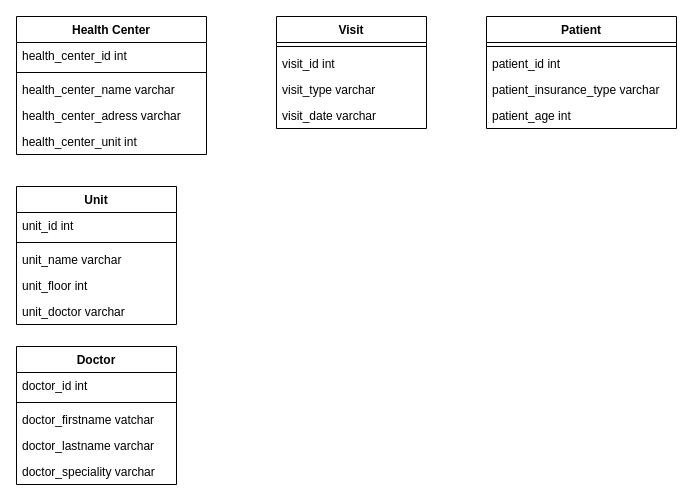
Queeen520/DATABASE_PLANNING keeps this draw.io diagram as page "Page-3" (3 of 4) of Health_Center.drawio. Above is the earlier version. Source tidied: cells renumbered, new cells numbered last; positions are measured from the earlier drawing's top-left corner, leaving out a move shared by most shapes. Both pictures are drawn from the tidied source at 100%, with x=0, y=0 at pixel (16, 16).
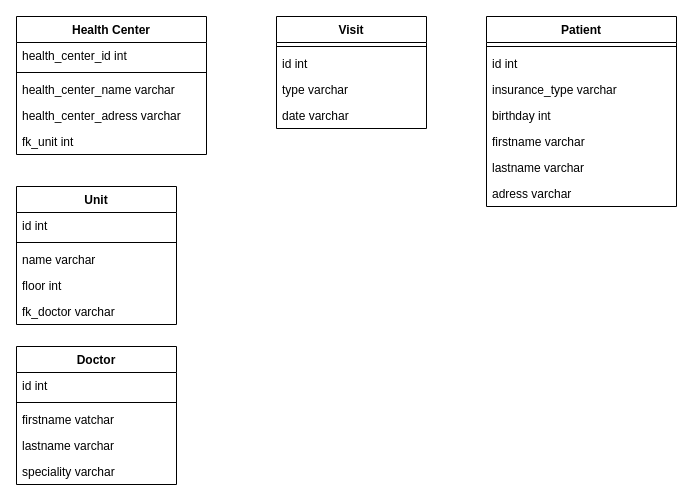
The same diagram, later.

Commit message (it also covers changes not shown here):
health center details

Unchanged cells that the change refers to:
```xml
<mxCell id="2" value="Health Center" style="swimlane;fontStyle=1;align=center;verticalAlign=top;horizontal=1;startSize=26;" parent="1" vertex="1">
  <mxGeometry width="190" height="138" as="geometry" />
</mxCell>
<mxCell id="13" value="Unit" style="swimlane;fontStyle=1;align=center;verticalAlign=top;horizontal=1;startSize=26;" parent="1" vertex="1">
  <mxGeometry y="170" width="160" height="138" as="geometry" />
</mxCell>
<mxCell id="19" value="Doctor" style="swimlane;fontStyle=1;align=center;verticalAlign=top;horizontal=1;startSize=26;" parent="1" vertex="1">
  <mxGeometry y="330" width="160" height="138" as="geometry" />
</mxCell>
<mxCell id="25" value="Visit" style="swimlane;fontStyle=1;align=center;verticalAlign=top;horizontal=1;startSize=26;" parent="1" vertex="1">
  <mxGeometry x="260" width="150" height="112" as="geometry" />
</mxCell>
```

Diff of the diagram source:
```diff
@@
-    <mxCell id="7" value="health_center_unit int" style="text;strokeColor=none;fillColor=none;align=left;verticalAlign=top;spacingLeft=4;spacingRight=4;overflow=hidden;" parent="2" vertex="1">
+    <mxCell id="7" value="fk_unit int" style="text;strokeColor=none;fillColor=none;align=left;verticalAlign=top;spacingLeft=4;spacingRight=4;overflow=hidden;" parent="2" vertex="1">
       <mxGeometry y="112" width="190" height="26" as="geometry" />
     </mxCell>
     <mxCell id="8" value="Patient" style="swimlane;fontStyle=1;align=center;verticalAlign=top;horizontal=1;startSize=26;" parent="1" vertex="1">
-      <mxGeometry x="470" width="190" height="112" as="geometry" />
+      <mxGeometry x="470" width="190" height="190" as="geometry" />
     </mxCell>
@@
-    <mxCell id="10" value="patient_id int" style="text;strokeColor=none;fillColor=none;align=left;verticalAlign=top;spacingLeft=4;spacingRight=4;overflow=hidden;" parent="8" vertex="1">
+    <mxCell id="10" value="id int" style="text;strokeColor=none;fillColor=none;align=left;verticalAlign=top;spacingLeft=4;spacingRight=4;overflow=hidden;" parent="8" vertex="1">
       <mxGeometry y="34" width="190" height="26" as="geometry" />
     </mxCell>
-    <mxCell id="11" value="patient_insurance_type varchar" style="text;strokeColor=none;fillColor=none;align=left;verticalAlign=top;spacingLeft=4;spacingRight=4;overflow=hidden;" parent="8" vertex="1">
+    <mxCell id="11" value="insurance_type varchar" style="text;strokeColor=none;fillColor=none;align=left;verticalAlign=top;spacingLeft=4;spacingRight=4;overflow=hidden;" parent="8" vertex="1">
       <mxGeometry y="60" width="190" height="26" as="geometry" />
     </mxCell>
-    <mxCell id="12" value="patient_age int" style="text;strokeColor=none;fillColor=none;align=left;verticalAlign=top;spacingLeft=4;spacingRight=4;overflow=hidden;" parent="8" vertex="1">
+    <mxCell id="12" value="birthday int" style="text;strokeColor=none;fillColor=none;align=left;verticalAlign=top;spacingLeft=4;spacingRight=4;overflow=hidden;" parent="8" vertex="1">
       <mxGeometry y="86" width="190" height="26" as="geometry" />
     </mxCell>
+    <mxCell id="30" value="firstname varchar" style="text;strokeColor=none;fillColor=none;align=left;verticalAlign=top;spacingLeft=4;spacingRight=4;overflow=hidden;" parent="8" vertex="1">
+      <mxGeometry y="112" width="190" height="26" as="geometry" />
+    </mxCell>
+    <mxCell id="31" value="lastname varchar" style="text;strokeColor=none;fillColor=none;align=left;verticalAlign=top;spacingLeft=4;spacingRight=4;overflow=hidden;" parent="8" vertex="1">
+      <mxGeometry y="138" width="190" height="26" as="geometry" />
+    </mxCell>
+    <mxCell id="32" value="adress varchar" style="text;strokeColor=none;fillColor=none;align=left;verticalAlign=top;spacingLeft=4;spacingRight=4;overflow=hidden;" parent="8" vertex="1">
+      <mxGeometry y="164" width="190" height="26" as="geometry" />
+    </mxCell>
@@
-    <mxCell id="14" value="unit_id int" style="text;strokeColor=none;fillColor=none;align=left;verticalAlign=top;spacingLeft=4;spacingRight=4;overflow=hidden;" parent="13" vertex="1">
+    <mxCell id="14" value="id int" style="text;strokeColor=none;fillColor=none;align=left;verticalAlign=top;spacingLeft=4;spacingRight=4;overflow=hidden;" parent="13" vertex="1">
       <mxGeometry y="26" width="160" height="26" as="geometry" />
     </mxCell>
@@
-    <mxCell id="16" value="unit_name varchar" style="text;strokeColor=none;fillColor=none;align=left;verticalAlign=top;spacingLeft=4;spacingRight=4;overflow=hidden;" parent="13" vertex="1">
+    <mxCell id="16" value="name varchar" style="text;strokeColor=none;fillColor=none;align=left;verticalAlign=top;spacingLeft=4;spacingRight=4;overflow=hidden;" parent="13" vertex="1">
       <mxGeometry y="60" width="160" height="26" as="geometry" />
     </mxCell>
-    <mxCell id="17" value="unit_floor int" style="text;strokeColor=none;fillColor=none;align=left;verticalAlign=top;spacingLeft=4;spacingRight=4;overflow=hidden;" parent="13" vertex="1">
+    <mxCell id="17" value="floor int" style="text;strokeColor=none;fillColor=none;align=left;verticalAlign=top;spacingLeft=4;spacingRight=4;overflow=hidden;" parent="13" vertex="1">
       <mxGeometry y="86" width="160" height="26" as="geometry" />
     </mxCell>
-    <mxCell id="18" value="unit_doctor varchar" style="text;strokeColor=none;fillColor=none;align=left;verticalAlign=top;spacingLeft=4;spacingRight=4;overflow=hidden;" parent="13" vertex="1">
+    <mxCell id="18" value="fk_doctor varchar" style="text;strokeColor=none;fillColor=none;align=left;verticalAlign=top;spacingLeft=4;spacingRight=4;overflow=hidden;" parent="13" vertex="1">
       <mxGeometry y="112" width="160" height="26" as="geometry" />
     </mxCell>
@@
-    <mxCell id="20" value="doctor_id int" style="text;strokeColor=none;fillColor=none;align=left;verticalAlign=top;spacingLeft=4;spacingRight=4;overflow=hidden;" parent="19" vertex="1">
+    <mxCell id="20" value="id int" style="text;strokeColor=none;fillColor=none;align=left;verticalAlign=top;spacingLeft=4;spacingRight=4;overflow=hidden;" parent="19" vertex="1">
       <mxGeometry y="26" width="160" height="26" as="geometry" />
     </mxCell>
@@
-    <mxCell id="22" value="doctor_firstname vatchar" style="text;strokeColor=none;fillColor=none;align=left;verticalAlign=top;spacingLeft=4;spacingRight=4;overflow=hidden;" parent="19" vertex="1">
+    <mxCell id="22" value="firstname vatchar" style="text;strokeColor=none;fillColor=none;align=left;verticalAlign=top;spacingLeft=4;spacingRight=4;overflow=hidden;" parent="19" vertex="1">
       <mxGeometry y="60" width="160" height="26" as="geometry" />
     </mxCell>
-    <mxCell id="23" value="doctor_lastname varchar" style="text;strokeColor=none;fillColor=none;align=left;verticalAlign=top;spacingLeft=4;spacingRight=4;overflow=hidden;" parent="19" vertex="1">
+    <mxCell id="23" value="lastname varchar" style="text;strokeColor=none;fillColor=none;align=left;verticalAlign=top;spacingLeft=4;spacingRight=4;overflow=hidden;" parent="19" vertex="1">
       <mxGeometry y="86" width="160" height="26" as="geometry" />
     </mxCell>
-    <mxCell id="24" value="doctor_speciality varchar" style="text;strokeColor=none;fillColor=none;align=left;verticalAlign=top;spacingLeft=4;spacingRight=4;overflow=hidden;" parent="19" vertex="1">
+    <mxCell id="24" value="speciality varchar" style="text;strokeColor=none;fillColor=none;align=left;verticalAlign=top;spacingLeft=4;spacingRight=4;overflow=hidden;" parent="19" vertex="1">
       <mxGeometry y="112" width="160" height="26" as="geometry" />
     </mxCell>
@@
-    <mxCell id="27" value="visit_id int" style="text;strokeColor=none;fillColor=none;align=left;verticalAlign=top;spacingLeft=4;spacingRight=4;overflow=hidden;" parent="25" vertex="1">
+    <mxCell id="27" value="id int" style="text;strokeColor=none;fillColor=none;align=left;verticalAlign=top;spacingLeft=4;spacingRight=4;overflow=hidden;" parent="25" vertex="1">
       <mxGeometry y="34" width="150" height="26" as="geometry" />
     </mxCell>
-    <mxCell id="28" value="visit_type varchar" style="text;strokeColor=none;fillColor=none;align=left;verticalAlign=top;spacingLeft=4;spacingRight=4;overflow=hidden;" parent="25" vertex="1">
+    <mxCell id="28" value="type varchar" style="text;strokeColor=none;fillColor=none;align=left;verticalAlign=top;spacingLeft=4;spacingRight=4;overflow=hidden;" parent="25" vertex="1">
       <mxGeometry y="60" width="150" height="26" as="geometry" />
     </mxCell>
-    <mxCell id="29" value="visit_date varchar" style="text;strokeColor=none;fillColor=none;align=left;verticalAlign=top;spacingLeft=4;spacingRight=4;overflow=hidden;" parent="25" vertex="1">
+    <mxCell id="29" value="date varchar" style="text;strokeColor=none;fillColor=none;align=left;verticalAlign=top;spacingLeft=4;spacingRight=4;overflow=hidden;" parent="25" vertex="1">
       <mxGeometry y="86" width="150" height="26" as="geometry" />
     </mxCell>
```
